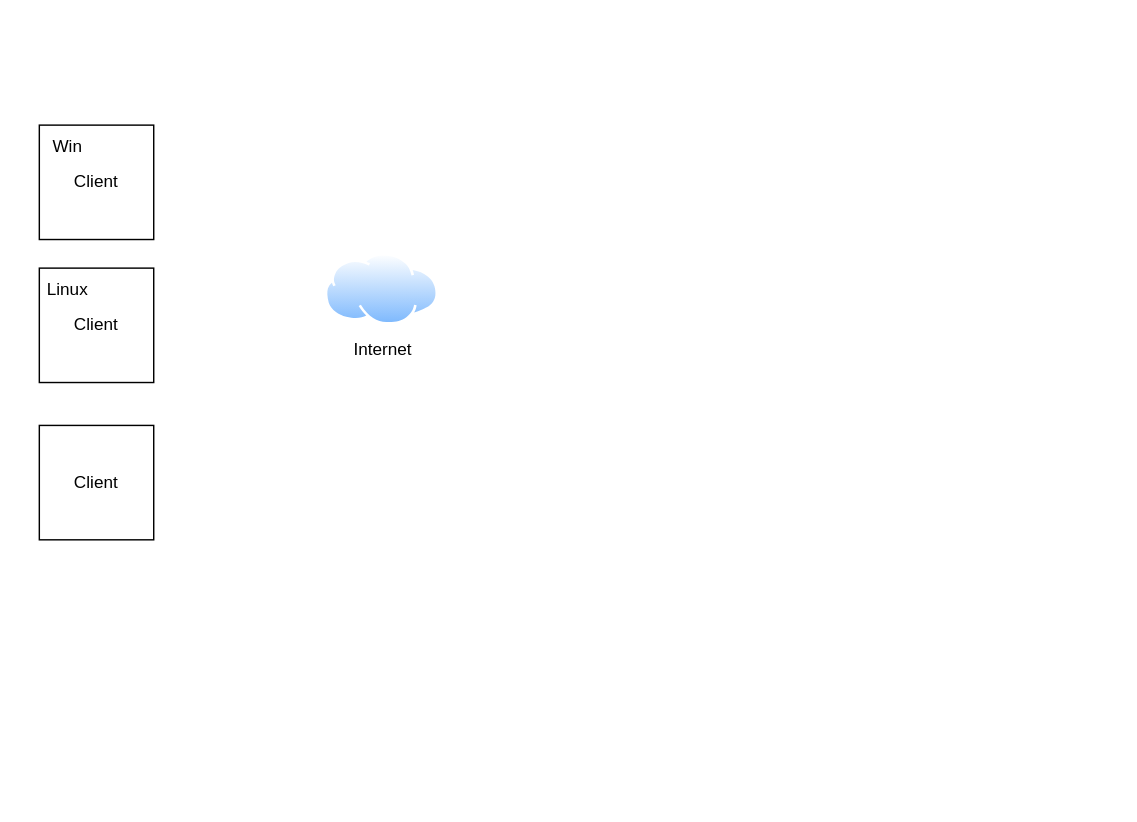
Above: workspace技术架构图.drawio in gduthhq/graphic (draw.io), before the change. Source tidied: cells renumbered, new cells numbered last; positions are measured from the earlier drawing's top-left corner, leaving out a move shared by most shapes. Both pictures are drawn from the tidied source at 143%, with x=0, y=0 at pixel (24, 124).
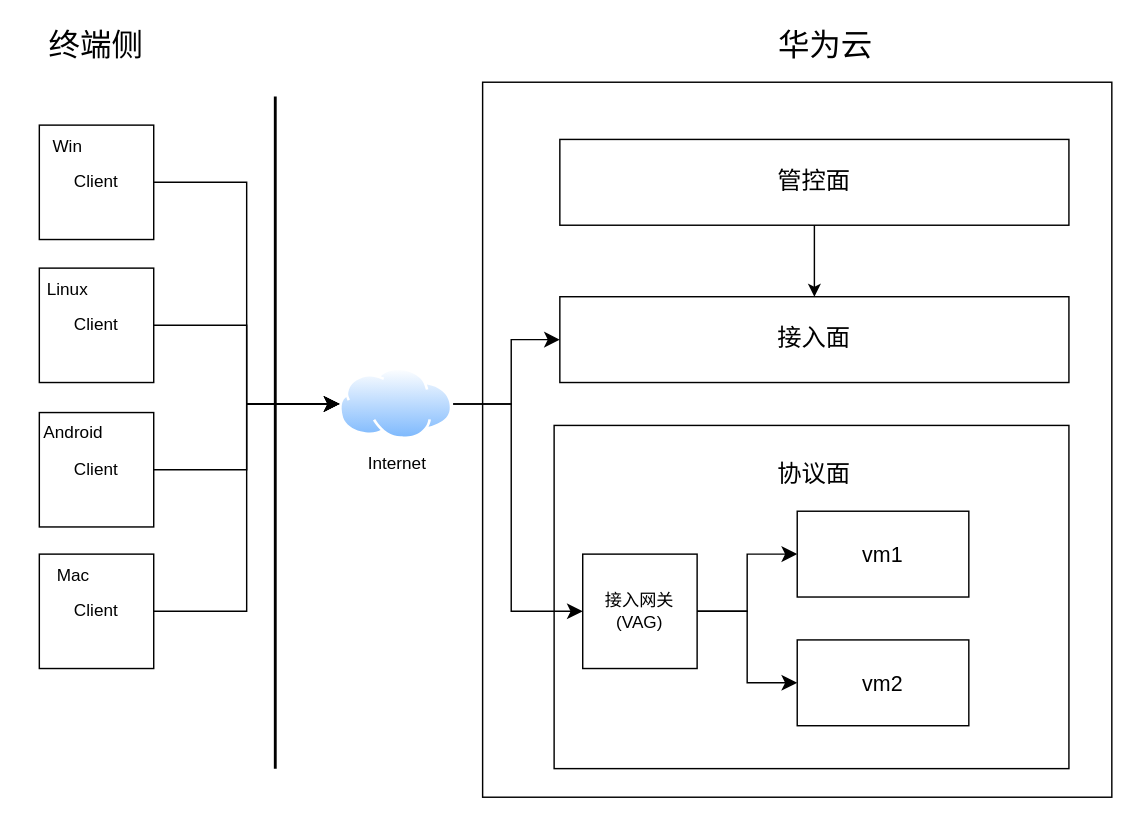
The same diagram, later.

Commit message (it also covers changes not shown here):
更新workspace技术架构图.drawio

The change refers to these unchanged cells:
```xml
<mxCell id="2" value="Client" style="whiteSpace=wrap;html=1;" parent="1" vertex="1">
  <mxGeometry x="10" width="80" height="80" as="geometry" />
</mxCell>
<mxCell id="5" value="Client" style="whiteSpace=wrap;html=1;" parent="1" vertex="1">
  <mxGeometry x="10" y="100" width="80" height="80" as="geometry" />
</mxCell>
```

Change to the diagram source:
```diff
@@
     <mxCell id="3" value="Internet" style="image;perimeter=ellipsePerimeter;html=1;align=center;shadow=0;dashed=0;spacingTop=3;image=img/lib/active_directory/internet_cloud.svg;" parent="1" vertex="1">
-      <mxGeometry x="210" y="90" width="79.4" height="50" as="geometry" />
+      <mxGeometry x="220" y="170" width="79.4" height="50" as="geometry" />
     </mxCell>
@@
     <mxCell id="7" value="Client" style="whiteSpace=wrap;html=1;" parent="1" vertex="1">
-      <mxGeometry x="10" y="210" width="80" height="80" as="geometry" />
+      <mxGeometry x="10" y="201" width="80" height="80" as="geometry" />
     </mxCell>
+    <mxCell id="8" value="Android" style="text;html=1;whiteSpace=wrap;strokeColor=none;fillColor=none;align=center;verticalAlign=middle;rounded=0;" parent="1" vertex="1">
+      <mxGeometry x="4" y="200" width="60" height="30" as="geometry" />
+    </mxCell>
+    <mxCell id="9" value="Client" style="whiteSpace=wrap;html=1;" parent="1" vertex="1">
+      <mxGeometry x="10" y="300" width="80" height="80" as="geometry" />
+    </mxCell>
+    <mxCell id="10" value="Mac" style="text;html=1;whiteSpace=wrap;strokeColor=none;fillColor=none;align=center;verticalAlign=middle;rounded=0;" parent="1" vertex="1">
+      <mxGeometry x="4" y="300" width="60" height="30" as="geometry" />
+    </mxCell>
+    <mxCell id="11" style="line;strokeWidth=2;direction=south;html=1;" parent="1" vertex="1">
+      <mxGeometry x="170" y="-20" width="10" height="470" as="geometry" />
+    </mxCell>
+    <mxCell id="12" value="&lt;font style=&quot;font-size: 22px;&quot;&gt;终端侧&lt;/font&gt;" style="text;html=1;whiteSpace=wrap;strokeColor=none;fillColor=none;align=center;verticalAlign=middle;rounded=0;" parent="1" vertex="1">
+      <mxGeometry x="10" y="-70" width="80" height="30" as="geometry" />
+    </mxCell>
+    <mxCell id="13" style="edgeStyle=elbowEdgeStyle;elbow=horizontal;endArrow=classic;html=1;curved=0;rounded=0;endSize=8;startSize=8;exitX=1;exitY=0.5;exitDx=0;exitDy=0;" parent="1" edge="1" source="2" target="3">
+      <mxGeometry relative="1" as="geometry" />
+    </mxCell>
+    <mxCell id="14" style="edgeStyle=elbowEdgeStyle;elbow=horizontal;endArrow=classic;html=1;curved=0;rounded=0;endSize=8;startSize=8;exitX=1;exitY=0.5;exitDx=0;exitDy=0;entryX=0;entryY=0.5;entryDx=0;entryDy=0;" parent="1" edge="1" source="5" target="3">
+      <mxGeometry relative="1" as="geometry" />
+    </mxCell>
+    <mxCell id="15" style="edgeStyle=elbowEdgeStyle;elbow=horizontal;endArrow=classic;html=1;curved=0;rounded=0;endSize=8;startSize=8;entryX=0;entryY=0.5;entryDx=0;entryDy=0;" parent="1" edge="1" source="9" target="3">
+      <mxGeometry relative="1" as="geometry" />
+    </mxCell>
+    <mxCell id="16" value="&lt;font style=&quot;font-size: 22px;&quot;&gt;华为云&lt;/font&gt;" style="text;html=1;whiteSpace=wrap;strokeColor=none;fillColor=none;align=center;verticalAlign=middle;rounded=0;" parent="1" vertex="1">
+      <mxGeometry x="520" y="-70" width="80" height="30" as="geometry" />
+    </mxCell>
+    <mxCell id="17" style="rounded=0;whiteSpace=wrap;html=1;" parent="1" vertex="1">
+      <mxGeometry x="320" y="-30" width="440" height="500" as="geometry" />
+    </mxCell>
+    <mxCell id="18" value="&lt;font style=&quot;font-size: 17px;&quot;&gt;管控面&lt;/font&gt;" style="rounded=0;whiteSpace=wrap;html=1;" parent="1" vertex="1">
+      <mxGeometry x="374" y="10" width="356" height="60" as="geometry" />
+    </mxCell>
+    <mxCell id="19" value="&lt;span style=&quot;font-size: 17px;&quot;&gt;接入面&lt;/span&gt;" style="rounded=0;whiteSpace=wrap;html=1;" parent="1" vertex="1">
+      <mxGeometry x="374" y="120" width="356" height="60" as="geometry" />
+    </mxCell>
+    <mxCell id="20" style="rounded=0;whiteSpace=wrap;html=1;" parent="1" vertex="1">
+      <mxGeometry x="370" y="210" width="360" height="240" as="geometry" />
+    </mxCell>
+    <mxCell id="21" value="&lt;font style=&quot;font-size: 17px;&quot;&gt;协议面&lt;/font&gt;" style="text;html=1;whiteSpace=wrap;strokeColor=none;fillColor=none;align=center;verticalAlign=middle;rounded=0;" parent="1" vertex="1">
+      <mxGeometry x="522" y="230" width="60" height="30" as="geometry" />
+    </mxCell>
+    <mxCell id="22" value="接入网关(VAG)" style="whiteSpace=wrap;html=1;" parent="1" vertex="1">
+      <mxGeometry x="390" y="300" width="80" height="80" as="geometry" />
+    </mxCell>
+    <mxCell id="23" style="edgeStyle=elbowEdgeStyle;elbow=horizontal;endArrow=classic;html=1;curved=0;rounded=0;endSize=8;startSize=8;exitX=1;exitY=0.5;exitDx=0;exitDy=0;entryX=0;entryY=0.5;entryDx=0;entryDy=0;" parent="1" edge="1" source="3" target="22">
+      <mxGeometry relative="1" as="geometry">
+        <Array as="points">
+          <mxPoint x="340" y="270" />
+        </Array>
+      </mxGeometry>
+    </mxCell>
+    <mxCell id="24" style="edgeStyle=elbowEdgeStyle;elbow=horizontal;endArrow=classic;html=1;curved=0;rounded=0;endSize=8;startSize=8;exitX=1;exitY=0.5;exitDx=0;exitDy=0;entryX=0;entryY=0.5;entryDx=0;entryDy=0;" parent="1" edge="1" source="3" target="19">
+      <mxGeometry relative="1" as="geometry">
+        <Array as="points">
+          <mxPoint x="340" y="170" />
+        </Array>
+      </mxGeometry>
+    </mxCell>
+    <mxCell id="25" style="endArrow=classic;html=1;rounded=0;exitX=0.5;exitY=1;exitDx=0;exitDy=0;" parent="1" edge="1" source="18" target="19">
+      <mxGeometry relative="1" as="geometry" />
+    </mxCell>
+    <mxCell id="26" value="&lt;font style=&quot;font-size: 15px;&quot;&gt;vm1&lt;/font&gt;" style="rounded=0;whiteSpace=wrap;html=1;" parent="1" vertex="1">
+      <mxGeometry x="540" y="270" width="120" height="60" as="geometry" />
+    </mxCell>
+    <mxCell id="27" value="&lt;font style=&quot;font-size: 15px;&quot;&gt;vm2&lt;/font&gt;" style="rounded=0;whiteSpace=wrap;html=1;" parent="1" vertex="1">
+      <mxGeometry x="540" y="360" width="120" height="60" as="geometry" />
+    </mxCell>
+    <mxCell id="28" style="edgeStyle=elbowEdgeStyle;elbow=horizontal;endArrow=classic;html=1;curved=0;rounded=0;endSize=8;startSize=8;exitX=1;exitY=0.5;exitDx=0;exitDy=0;" parent="1" edge="1" source="22" target="26">
+      <mxGeometry relative="1" as="geometry" />
+    </mxCell>
+    <mxCell id="29" style="edgeStyle=elbowEdgeStyle;elbow=horizontal;endArrow=classic;html=1;curved=0;rounded=0;endSize=8;startSize=8;exitX=1;exitY=0.5;exitDx=0;exitDy=0;entryX=0;entryY=0.5;entryDx=0;entryDy=0;" parent="1" edge="1" source="22" target="27">
+      <mxGeometry relative="1" as="geometry" />
+    </mxCell>
+    <mxCell id="30" style="edgeStyle=elbowEdgeStyle;elbow=horizontal;endArrow=classic;html=1;curved=0;rounded=0;endSize=8;startSize=8;exitX=1;exitY=0.5;exitDx=0;exitDy=0;entryX=0;entryY=0.5;entryDx=0;entryDy=0;" parent="1" edge="1" source="7" target="3">
+      <mxGeometry relative="1" as="geometry" />
+    </mxCell>
```
